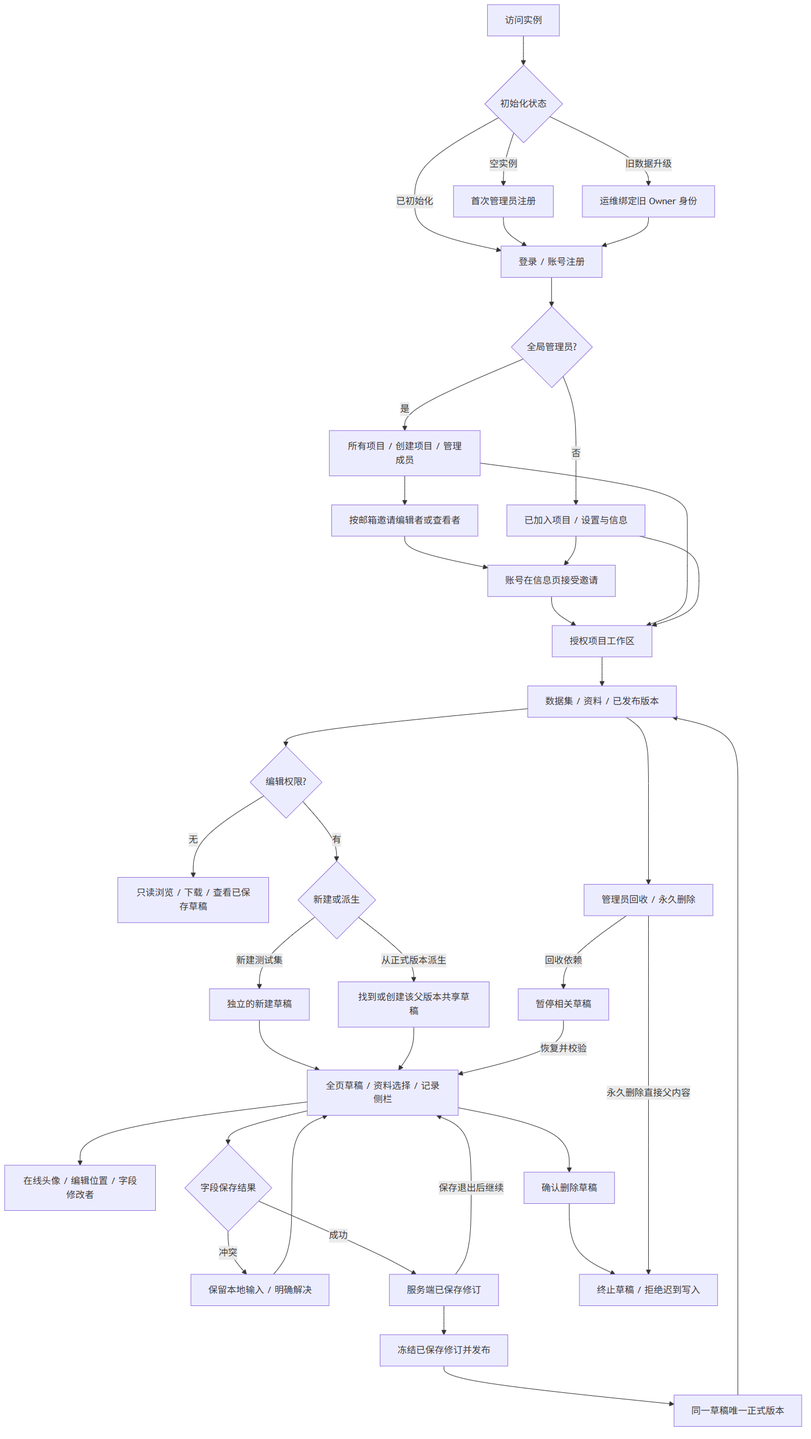
iflabx/evalbase keeps this Mermaid diagram as docs/system-flow-evalbase-v2.png. Above is the earlier version. Its source is kept beside it as docs/system-flow-evalbase-v2.mmd.
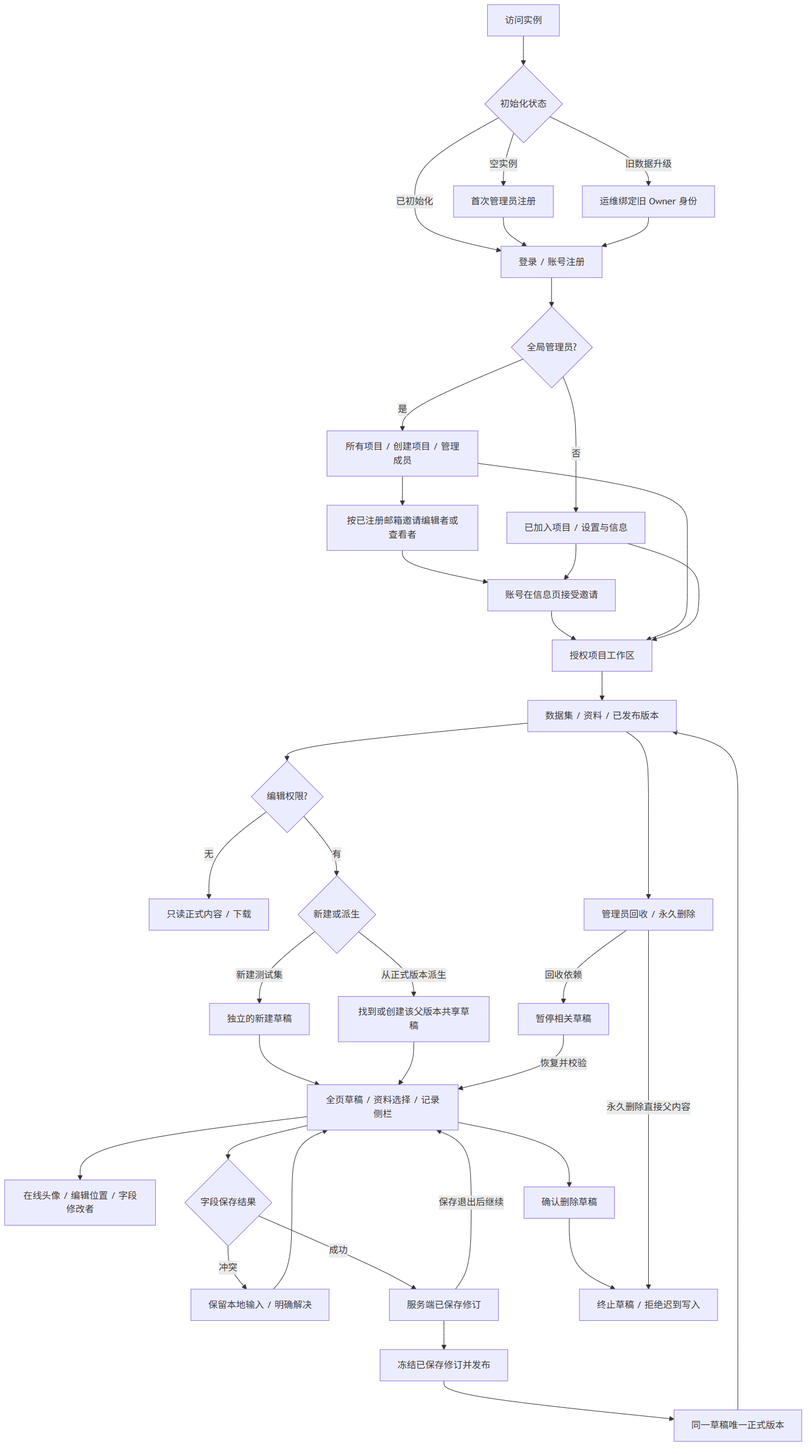
After the commit.

Change to the diagram source:
```diff
@@ -8,7 +8,7 @@
   E --> F{全局管理员?}
   F -->|是| G[所有项目 / 创建项目 / 管理成员]
   F -->|否| H[已加入项目 / 设置与信息]
-  G --> I[按邮箱邀请编辑者或查看者]
+  G --> I[按已注册邮箱邀请编辑者或查看者]
   I --> J[账号在信息页接受邀请]
   H --> J
   J --> K[授权项目工作区]
@@ -16,7 +16,7 @@
   H --> K
   K --> L[数据集 / 资料 / 已发布版本]
   L --> M{编辑权限?}
-  M -->|无| N[只读浏览 / 下载 / 查看已保存草稿]
+  M -->|无| N[只读正式内容 / 下载]
   M -->|有| O{新建或派生}
   O -->|新建测试集| P[独立的新建草稿]
   O -->|从正式版本派生| Q[找到或创建该父版本共享草稿]
```
